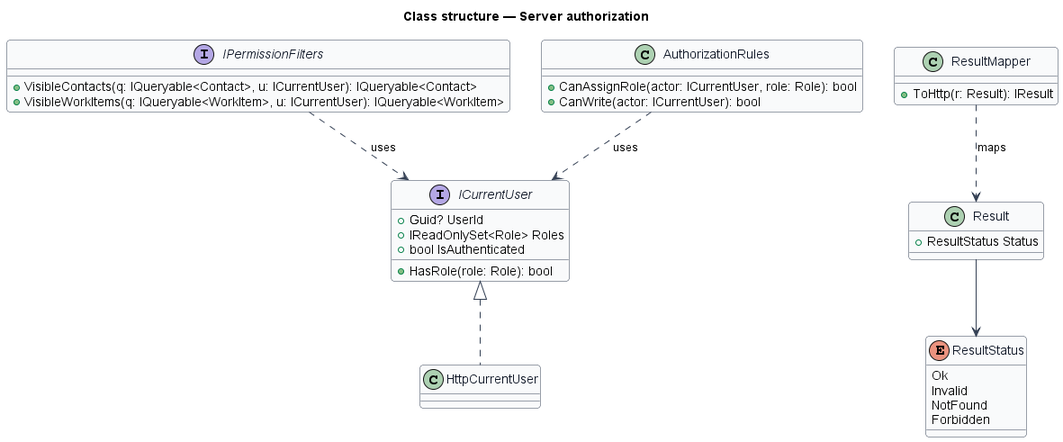
Earlier version of the PlantUML export docs/detailed-designs/platform/server-authorization/diagrams/class-structure.png (QuinntyneBrown/faithtech-community). The source it was exported from:
```plantuml
@startuml
skinparam backgroundColor #FFFFFF
skinparam shadowing false
skinparam roundcorner 8
skinparam defaultFontName Arial
skinparam ArrowColor #344054
skinparam class {
  BorderColor #344054
  FontColor #101828
  BackgroundColor #F9FAFB
}
title Class structure — Server authorization
interface ICurrentUser {
  +Guid? UserId
  +IReadOnlySet<Role> Roles
  +bool IsAuthenticated
  +HasRole(role: Role): bool
}
class HttpCurrentUser
interface IPermissionFilters {
  +VisibleContacts(q: IQueryable<Contact>, u: ICurrentUser): IQueryable<Contact>
  +VisibleWorkItems(q: IQueryable<WorkItem>, u: ICurrentUser): IQueryable<WorkItem>
}
class AuthorizationRules {
  +CanAssignRole(actor: ICurrentUser, role: Role): bool
  +CanWrite(actor: ICurrentUser): bool
}
enum ResultStatus {
  Ok
  Invalid
  NotFound
  Forbidden
}
class Result {
  +ResultStatus Status
}
class ResultMapper {
  +ToHttp(r: Result): IResult
}
ICurrentUser <|.. HttpCurrentUser
IPermissionFilters ..> ICurrentUser : uses
AuthorizationRules ..> ICurrentUser : uses
Result --> ResultStatus
ResultMapper ..> Result : maps
@enduml
```
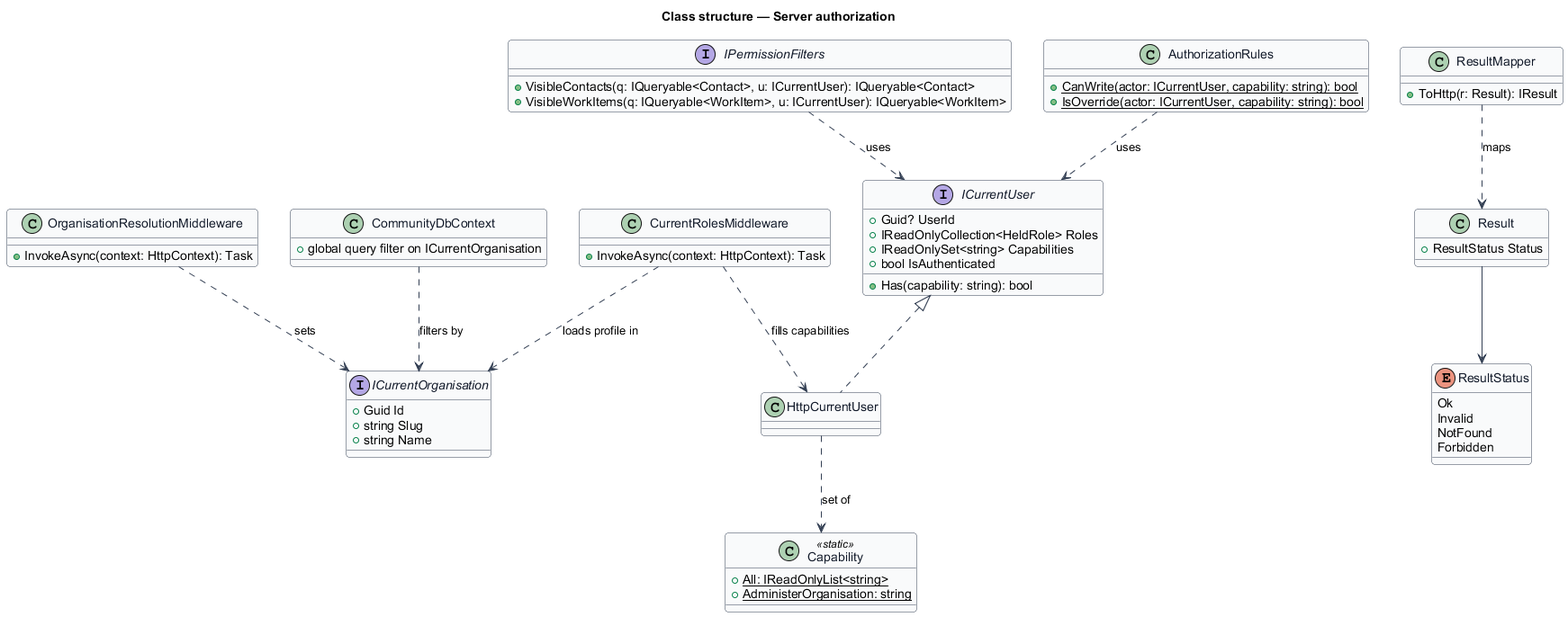
The same diagram one commit later.

Diff of the diagram source:
```diff
@@ -10,20 +10,39 @@
   BackgroundColor #F9FAFB
 }
 title Class structure — Server authorization
+interface ICurrentOrganisation {
+  +Guid Id
+  +string Slug
+  +string Name
+}
+class OrganisationResolutionMiddleware {
+  +InvokeAsync(context: HttpContext): Task
+}
 interface ICurrentUser {
   +Guid? UserId
-  +IReadOnlySet<Role> Roles
+  +IReadOnlyCollection<HeldRole> Roles
+  +IReadOnlySet<string> Capabilities
   +bool IsAuthenticated
-  +HasRole(role: Role): bool
+  +Has(capability: string): bool
 }
 class HttpCurrentUser
+class CurrentRolesMiddleware {
+  +InvokeAsync(context: HttpContext): Task
+}
+class Capability <<static>> {
+  +{static} All: IReadOnlyList<string>
+  +{static} AdministerOrganisation: string
+}
 interface IPermissionFilters {
   +VisibleContacts(q: IQueryable<Contact>, u: ICurrentUser): IQueryable<Contact>
   +VisibleWorkItems(q: IQueryable<WorkItem>, u: ICurrentUser): IQueryable<WorkItem>
 }
 class AuthorizationRules {
-  +CanAssignRole(actor: ICurrentUser, role: Role): bool
-  +CanWrite(actor: ICurrentUser): bool
+  +{static} CanWrite(actor: ICurrentUser, capability: string): bool
+  +{static} IsOverride(actor: ICurrentUser, capability: string): bool
+}
+class CommunityDbContext {
+  +global query filter on ICurrentOrganisation
 }
 enum ResultStatus {
   Ok
@@ -38,8 +57,13 @@
   +ToHttp(r: Result): IResult
 }
 ICurrentUser <|.. HttpCurrentUser
+OrganisationResolutionMiddleware ..> ICurrentOrganisation : sets
+CurrentRolesMiddleware ..> ICurrentOrganisation : loads profile in
+CurrentRolesMiddleware ..> HttpCurrentUser : fills capabilities
+HttpCurrentUser ..> Capability : set of
 IPermissionFilters ..> ICurrentUser : uses
 AuthorizationRules ..> ICurrentUser : uses
+CommunityDbContext ..> ICurrentOrganisation : filters by
 Result --> ResultStatus
 ResultMapper ..> Result : maps
 @enduml
```
